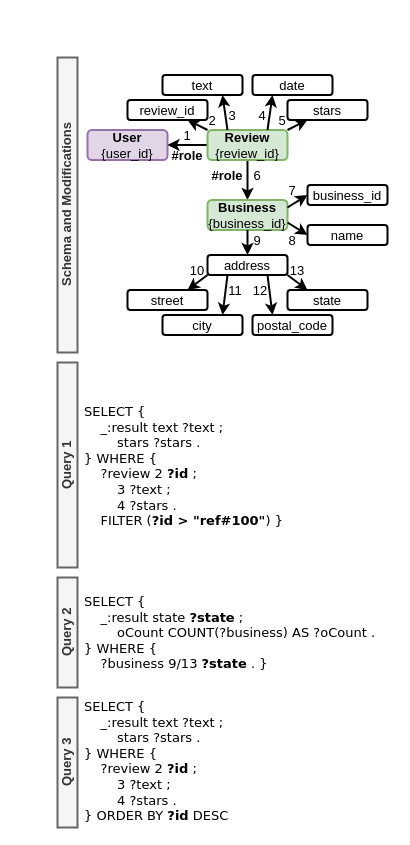
The draw.io diagram page "a" (1 of 4) of papers/rcis_2025/figures-sources/strategies.drawio in tuaki/phd-thesis, before the edit. Source tidied: cells renumbered, new cells numbered last; positions are measured from the earlier drawing's top-left corner, leaving out a move shared by most shapes. Both pictures are drawn from the tidied source at 100%, with x=0, y=0 at pixel (56, 56).
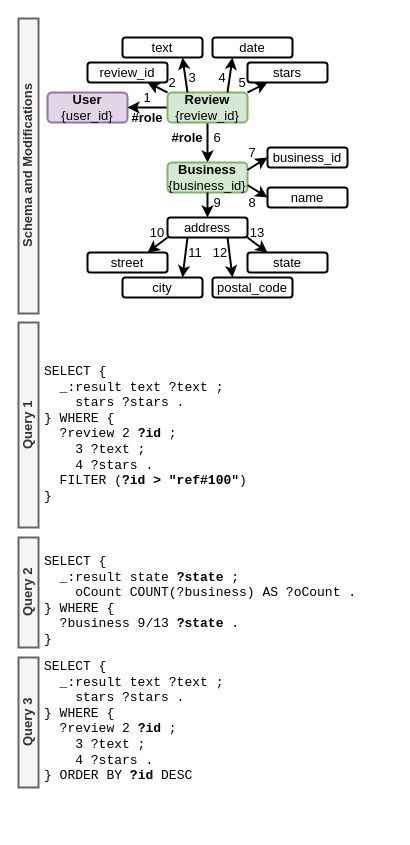
Above is the later version.

Diff of the diagram source:
```diff
@@
-    <mxCell id="2" style="rounded=0;whiteSpace=wrap;html=1;fillColor=none;strokeColor=none;fontSize=13;" parent="1" vertex="1">
-      <mxGeometry width="337" height="772" as="geometry" />
-    </mxCell>
     <mxCell id="3" style="group;fontSize=13;" parent="1" vertex="1">
-      <mxGeometry x="31" y="18.5" width="300" height="260" as="geometry" />
+      <mxGeometry x="-9" y="-19" width="300" height="260" as="geometry" />
     </mxCell>
@@
     <mxCell id="46" value="&lt;b&gt;Schema and Modifications&lt;/b&gt;" style="text;html=1;align=center;verticalAlign=middle;whiteSpace=wrap;rounded=0;rotation=180;textDirection=vertical-rl;fillColor=#f5f5f5;fontColor=#333333;strokeColor=#666666;strokeWidth=2;fontSize=13;" parent="1" vertex="1">
-      <mxGeometry x="1" y="1" width="20" height="295" as="geometry" />
+      <mxGeometry x="-38" y="-38" width="20" height="295" as="geometry" />
     </mxCell>
-    <mxCell id="47" value="&lt;font face=&quot;Verdana&quot;&gt;SELECT {&lt;/font&gt;&lt;div&gt;&lt;font face=&quot;Verdana&quot;&gt;&amp;nbsp; &amp;nbsp; _:result text ?text ;&lt;/font&gt;&lt;/div&gt;&lt;div&gt;&lt;span style=&quot;background-color: initial;&quot;&gt;&lt;font face=&quot;Verdana&quot;&gt;&amp;nbsp; &amp;nbsp; &amp;nbsp; &amp;nbsp; stars ?stars .&lt;/font&gt;&lt;/span&gt;&lt;/div&gt;&lt;div&gt;&lt;div&gt;&lt;font face=&quot;Verdana&quot;&gt;} WHERE {&lt;/font&gt;&lt;/div&gt;&lt;div&gt;&lt;font face=&quot;Verdana&quot;&gt;&amp;nbsp; &amp;nbsp; ?review 2 &lt;b&gt;?id&lt;/b&gt; ;&amp;nbsp;&lt;/font&gt;&lt;/div&gt;&lt;div&gt;&lt;span style=&quot;background-color: initial;&quot;&gt;&lt;font face=&quot;Verdana&quot;&gt;&amp;nbsp; &amp;nbsp; &amp;nbsp; &amp;nbsp; 3 ?text ;&amp;nbsp;&lt;/font&gt;&lt;/span&gt;&lt;/div&gt;&lt;div&gt;&lt;span style=&quot;background-color: initial;&quot;&gt;&lt;font face=&quot;Verdana&quot;&gt;&amp;nbsp; &amp;nbsp; &amp;nbsp; &amp;nbsp; 4 ?stars .&lt;/font&gt;&lt;/span&gt;&lt;/div&gt;&lt;div&gt;&lt;font face=&quot;Verdana&quot;&gt;&amp;nbsp; &amp;nbsp; FILTER (&lt;b&gt;?id &amp;gt; &quot;ref#100&quot;&lt;/b&gt;)&amp;nbsp;&lt;/font&gt;&lt;span style=&quot;font-family: Verdana; background-color: initial;&quot;&gt;}&lt;/span&gt;&lt;/div&gt;&lt;/div&gt;" style="text;html=1;align=left;verticalAlign=top;whiteSpace=wrap;rounded=0;fontFamily=Tahoma;fontSize=13;" parent="1" vertex="1">
-      <mxGeometry x="26" y="341" width="310" height="135" as="geometry" />
+    <mxCell id="47" value="&lt;font&gt;SELECT {&lt;/font&gt;&lt;div&gt;&lt;font&gt;&amp;nbsp; _:result text ?text ;&lt;/font&gt;&lt;/div&gt;&lt;div&gt;&lt;span style=&quot;background-color: initial;&quot;&gt;&lt;font&gt;&amp;nbsp; &amp;nbsp; stars ?stars .&lt;/font&gt;&lt;/span&gt;&lt;/div&gt;&lt;div&gt;&lt;div&gt;&lt;font&gt;} WHERE {&lt;/font&gt;&lt;/div&gt;&lt;div&gt;&lt;font&gt;&amp;nbsp; ?review 2 &lt;b&gt;?id&lt;/b&gt; ;&amp;nbsp;&lt;/font&gt;&lt;/div&gt;&lt;div&gt;&lt;span style=&quot;background-color: initial;&quot;&gt;&lt;font&gt;&amp;nbsp; &amp;nbsp; 3 ?text ;&amp;nbsp;&lt;/font&gt;&lt;/span&gt;&lt;/div&gt;&lt;div&gt;&lt;span style=&quot;background-color: initial;&quot;&gt;&lt;font&gt;&amp;nbsp; &amp;nbsp; 4 ?stars .&lt;/font&gt;&lt;/span&gt;&lt;/div&gt;&lt;div&gt;&lt;font&gt;&amp;nbsp; FILTER (&lt;b&gt;?id &amp;gt; &quot;ref#100&quot;&lt;/b&gt;)&lt;/font&gt;&lt;/div&gt;&lt;div&gt;&lt;span style=&quot;background-color: initial;&quot;&gt;}&lt;/span&gt;&lt;/div&gt;&lt;/div&gt;" style="text;html=1;align=left;verticalAlign=top;whiteSpace=wrap;rounded=0;fontFamily=Courier New;fontSize=13;" parent="1" vertex="1">
+      <mxGeometry x="-14" y="301" width="315" height="150" as="geometry" />
     </mxCell>
     <mxCell id="48" value="&lt;b&gt;Query 1&lt;/b&gt;" style="text;html=1;align=center;verticalAlign=middle;whiteSpace=wrap;rounded=0;rotation=180;textDirection=vertical-rl;fillColor=#f5f5f5;fontColor=#333333;strokeColor=#666666;strokeWidth=2;fontSize=13;" parent="1" vertex="1">
-      <mxGeometry x="1" y="306" width="20" height="205" as="geometry" />
+      <mxGeometry x="-38" y="266" width="20" height="205" as="geometry" />
     </mxCell>
-    <mxCell id="49" value="&lt;font face=&quot;Verdana&quot;&gt;SELECT {&lt;/font&gt;&lt;div&gt;&lt;font face=&quot;Verdana&quot;&gt;&amp;nbsp; &amp;nbsp; _:result state &lt;b&gt;?state&lt;/b&gt; ;&lt;/font&gt;&lt;/div&gt;&lt;div&gt;&lt;font face=&quot;Verdana&quot;&gt;&amp;nbsp; &amp;nbsp; &amp;nbsp; &amp;nbsp; oCount COUNT(?business) AS ?oCount .&lt;br&gt;&lt;/font&gt;&lt;div&gt;&lt;font face=&quot;Verdana&quot;&gt;} WHERE {&lt;/font&gt;&lt;/div&gt;&lt;div&gt;&lt;font face=&quot;Verdana&quot;&gt;&amp;nbsp; &amp;nbsp; ?business 9/13 &lt;b&gt;?state&lt;/b&gt; .&amp;nbsp;&lt;/font&gt;&lt;span style=&quot;font-family: Verdana; background-color: initial;&quot;&gt;}&lt;/span&gt;&lt;/div&gt;&lt;/div&gt;" style="text;html=1;align=left;verticalAlign=top;whiteSpace=wrap;rounded=0;fontFamily=Tahoma;fontSize=13;" parent="1" vertex="1">
-      <mxGeometry x="26" y="531" width="310" height="85" as="geometry" />
+    <mxCell id="49" value="&lt;font&gt;SELECT {&lt;/font&gt;&lt;div&gt;&lt;font&gt;&amp;nbsp; _:result state &lt;b&gt;?state&lt;/b&gt; ;&lt;/font&gt;&lt;/div&gt;&lt;div&gt;&lt;font&gt;&amp;nbsp; &amp;nbsp; oCount COUNT(?business) AS ?oCount .&lt;br&gt;&lt;/font&gt;&lt;div&gt;&lt;font&gt;} WHERE {&lt;/font&gt;&lt;/div&gt;&lt;div&gt;&lt;font&gt;&amp;nbsp; ?business 9/13 &lt;b&gt;?state&lt;/b&gt; .&lt;/font&gt;&lt;/div&gt;&lt;div&gt;&lt;span style=&quot;background-color: initial;&quot;&gt;}&lt;/span&gt;&lt;/div&gt;&lt;/div&gt;" style="text;html=1;align=left;verticalAlign=top;whiteSpace=wrap;rounded=0;fontFamily=Courier New;fontSize=13;" parent="1" vertex="1">
+      <mxGeometry x="-14" y="491" width="315" height="100" as="geometry" />
     </mxCell>
-    <mxCell id="50" value="&lt;font face=&quot;Verdana&quot;&gt;SELECT {&lt;/font&gt;&lt;div&gt;&lt;font face=&quot;Verdana&quot;&gt;&amp;nbsp; &amp;nbsp; _:result text ?text ;&lt;/font&gt;&lt;/div&gt;&lt;div&gt;&lt;span style=&quot;background-color: initial;&quot;&gt;&lt;font face=&quot;Verdana&quot;&gt;&amp;nbsp; &amp;nbsp; &amp;nbsp; &amp;nbsp; stars ?stars .&lt;/font&gt;&lt;/span&gt;&lt;/div&gt;&lt;div&gt;&lt;div&gt;&lt;font face=&quot;Verdana&quot;&gt;} WHERE {&lt;/font&gt;&lt;/div&gt;&lt;div&gt;&lt;font face=&quot;Verdana&quot;&gt;&amp;nbsp; &amp;nbsp; ?review 2 &lt;b&gt;?id&lt;/b&gt; ;&amp;nbsp;&lt;/font&gt;&lt;/div&gt;&lt;div&gt;&lt;span style=&quot;background-color: initial;&quot;&gt;&lt;font face=&quot;Verdana&quot;&gt;&amp;nbsp; &amp;nbsp; &amp;nbsp; &amp;nbsp; 3 ?text ;&lt;/font&gt;&lt;/span&gt;&lt;/div&gt;&lt;div&gt;&lt;span style=&quot;background-color: initial;&quot;&gt;&lt;font face=&quot;Verdana&quot;&gt;&amp;nbsp; &amp;nbsp; &amp;nbsp; &amp;nbsp; 4 ?stars .&lt;/font&gt;&lt;/span&gt;&lt;/div&gt;&lt;div&gt;&lt;font face=&quot;Verdana&quot;&gt;} ORDER BY &lt;b&gt;?id&lt;/b&gt; DESC&lt;/font&gt;&lt;/div&gt;&lt;/div&gt;" style="text;html=1;align=left;verticalAlign=top;whiteSpace=wrap;rounded=0;fontFamily=Tahoma;fontSize=13;" parent="1" vertex="1">
-      <mxGeometry x="26" y="636" width="310" height="135" as="geometry" />
+    <mxCell id="50" value="&lt;font&gt;SELECT {&lt;/font&gt;&lt;div&gt;&lt;font&gt;&amp;nbsp; _:result text ?text ;&lt;/font&gt;&lt;/div&gt;&lt;div&gt;&lt;span style=&quot;background-color: initial;&quot;&gt;&lt;font&gt;&amp;nbsp; &amp;nbsp; stars ?stars .&lt;/font&gt;&lt;/span&gt;&lt;/div&gt;&lt;div&gt;&lt;div&gt;&lt;font&gt;} WHERE {&lt;/font&gt;&lt;/div&gt;&lt;div&gt;&lt;font&gt;&amp;nbsp; ?review 2 &lt;b&gt;?id&lt;/b&gt; ;&amp;nbsp;&lt;/font&gt;&lt;/div&gt;&lt;div&gt;&lt;span style=&quot;background-color: initial;&quot;&gt;&lt;font&gt;&amp;nbsp; &amp;nbsp; 3 ?text ;&lt;/font&gt;&lt;/span&gt;&lt;/div&gt;&lt;div&gt;&lt;span style=&quot;background-color: initial;&quot;&gt;&lt;font&gt;&amp;nbsp; &amp;nbsp; 4 ?stars .&lt;/font&gt;&lt;/span&gt;&lt;/div&gt;&lt;div&gt;&lt;font&gt;} ORDER BY &lt;b&gt;?id&lt;/b&gt; DESC&lt;/font&gt;&lt;/div&gt;&lt;/div&gt;" style="text;html=1;align=left;verticalAlign=top;whiteSpace=wrap;rounded=0;fontFamily=Courier New;fontSize=13;" parent="1" vertex="1">
+      <mxGeometry x="-14" y="596" width="315" height="135" as="geometry" />
     </mxCell>
     <mxCell id="51" value="&lt;b&gt;Query 2&lt;/b&gt;" style="text;html=1;align=center;verticalAlign=middle;whiteSpace=wrap;rounded=0;rotation=180;textDirection=vertical-rl;fillColor=#f5f5f5;fontColor=#333333;strokeColor=#666666;strokeWidth=2;fontSize=13;" parent="1" vertex="1">
-      <mxGeometry x="1" y="521" width="20" height="110" as="geometry" />
+      <mxGeometry x="-38" y="481" width="20" height="110" as="geometry" />
     </mxCell>
     <mxCell id="52" value="&lt;b&gt;Query 3&lt;/b&gt;" style="text;html=1;align=center;verticalAlign=middle;whiteSpace=wrap;rounded=0;rotation=180;textDirection=vertical-rl;fillColor=#f5f5f5;fontColor=#333333;strokeColor=#666666;strokeWidth=2;fontSize=13;" parent="1" vertex="1">
-      <mxGeometry x="1" y="641" width="20" height="130" as="geometry" />
+      <mxGeometry x="-38" y="601" width="20" height="130" as="geometry" />
     </mxCell>
```
